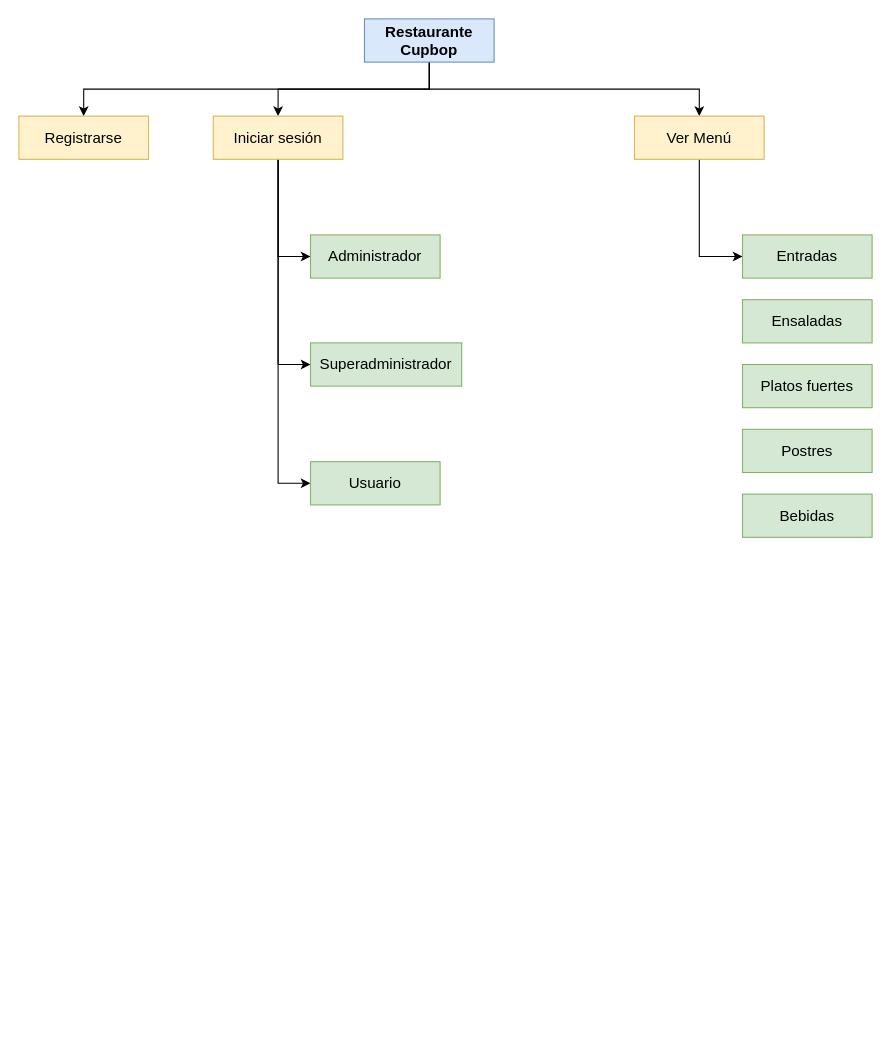
Earlier version of the draw.io diagram Mapa_Navegabilidad.drawio (jasandovalb/Restaurante_Cupbop). Source tidied: cells renumbered, new cells numbered last; positions are measured from the earlier drawing's top-left corner, leaving out a move shared by most shapes. Both pictures are drawn from the tidied source at 108%, with x=0, y=0 at pixel (18, 18).
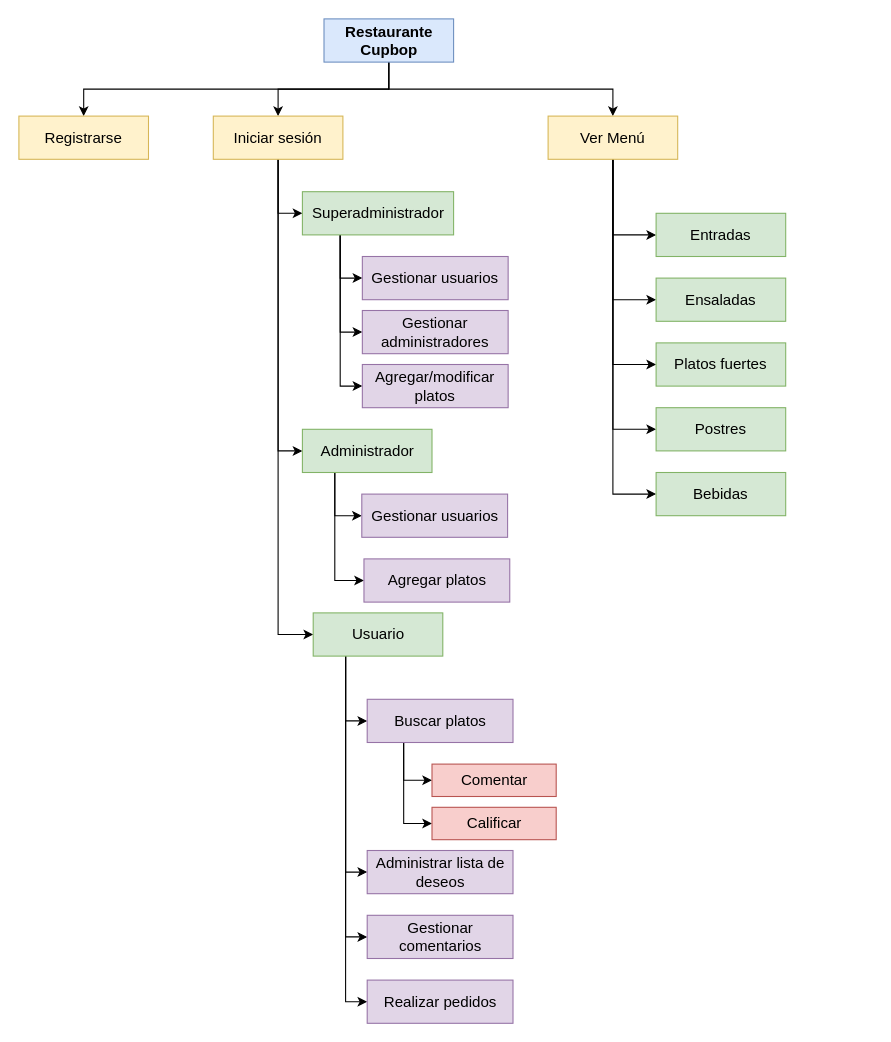
After the change.

Commit message (it also covers changes not shown here):
Actualización mapa navegabilidad

Diff of the diagram source:
```diff
@@
     <mxCell id="5" value="Restaurante Cupbop" style="rounded=0;whiteSpace=wrap;html=1;fontStyle=1;fontSize=14;fillColor=#dae8fc;strokeColor=#6c8ebf;" parent="1" vertex="1">
-      <mxGeometry x="320" width="120" height="40" as="geometry" />
+      <mxGeometry x="282.5" width="120" height="40" as="geometry" />
     </mxCell>
@@
+    <mxCell id="21" style="edgeStyle=orthogonalEdgeStyle;rounded=0;jettySize=auto;html=1;exitX=0.5;exitY=1;exitDx=0;exitDy=0;entryX=0;entryY=0.5;entryDx=0;entryDy=0;fontSize=14;" parent="1" edge="1" source="12" target="17">
+      <mxGeometry relative="1" as="geometry" />
+    </mxCell>
+    <mxCell id="22" style="edgeStyle=orthogonalEdgeStyle;rounded=0;jettySize=auto;html=1;exitX=0.5;exitY=1;exitDx=0;exitDy=0;entryX=0;entryY=0.5;entryDx=0;entryDy=0;fontSize=14;" parent="1" edge="1" source="12" target="18">
+      <mxGeometry relative="1" as="geometry" />
+    </mxCell>
+    <mxCell id="23" style="edgeStyle=orthogonalEdgeStyle;rounded=0;jettySize=auto;html=1;exitX=0.5;exitY=1;exitDx=0;exitDy=0;entryX=0;entryY=0.5;entryDx=0;entryDy=0;fontSize=14;" parent="1" edge="1" source="12" target="19">
+      <mxGeometry relative="1" as="geometry" />
+    </mxCell>
+    <mxCell id="24" style="edgeStyle=orthogonalEdgeStyle;rounded=0;jettySize=auto;html=1;exitX=0.5;exitY=1;exitDx=0;exitDy=0;entryX=0;entryY=0.5;entryDx=0;entryDy=0;fontSize=14;" parent="1" edge="1" source="12" target="20">
+      <mxGeometry relative="1" as="geometry" />
+    </mxCell>
     <mxCell id="12" value="Ver Menú" style="rounded=0;whiteSpace=wrap;html=1;fontStyle=0;fontSize=14;fillColor=#fff2cc;strokeColor=#d6b656;" parent="1" vertex="1">
-      <mxGeometry x="570" y="90" width="120" height="40" as="geometry" />
+      <mxGeometry x="490" y="90" width="120" height="40" as="geometry" />
     </mxCell>
+    <mxCell id="25" style="edgeStyle=orthogonalEdgeStyle;rounded=0;jettySize=auto;html=1;exitX=0.25;exitY=1;exitDx=0;exitDy=0;entryX=0;entryY=0.5;entryDx=0;entryDy=0;fontSize=14;" parent="1" edge="1" source="13" target="42">
+      <mxGeometry relative="1" as="geometry" />
+    </mxCell>
+    <mxCell id="26" style="edgeStyle=orthogonalEdgeStyle;rounded=0;jettySize=auto;html=1;exitX=0.25;exitY=1;exitDx=0;exitDy=0;entryX=0;entryY=0.5;entryDx=0;entryDy=0;fontSize=14;" parent="1" edge="1" source="13" target="43">
+      <mxGeometry relative="1" as="geometry" />
+    </mxCell>
     <mxCell id="13" value="Administrador" style="rounded=0;whiteSpace=wrap;html=1;fontStyle=0;fontSize=14;fillColor=#d5e8d4;strokeColor=#82b366;" parent="1" vertex="1">
-      <mxGeometry x="270" y="200" width="120" height="40" as="geometry" />
+      <mxGeometry x="262.5" y="380" width="120" height="40" as="geometry" />
     </mxCell>
+    <mxCell id="27" style="edgeStyle=orthogonalEdgeStyle;rounded=0;jettySize=auto;html=1;exitX=0.25;exitY=1;exitDx=0;exitDy=0;entryX=0;entryY=0.5;entryDx=0;entryDy=0;fontSize=14;" parent="1" edge="1" source="14" target="34">
+      <mxGeometry relative="1" as="geometry" />
+    </mxCell>
+    <mxCell id="28" style="edgeStyle=orthogonalEdgeStyle;rounded=0;jettySize=auto;html=1;exitX=0.25;exitY=1;exitDx=0;exitDy=0;entryX=0;entryY=0.5;entryDx=0;entryDy=0;fontSize=14;" parent="1" edge="1" source="14" target="35">
+      <mxGeometry relative="1" as="geometry" />
+    </mxCell>
+    <mxCell id="29" style="edgeStyle=orthogonalEdgeStyle;rounded=0;jettySize=auto;html=1;exitX=0.25;exitY=1;exitDx=0;exitDy=0;entryX=0;entryY=0.5;entryDx=0;entryDy=0;fontSize=14;" parent="1" edge="1" source="14" target="36">
+      <mxGeometry relative="1" as="geometry" />
+    </mxCell>
+    <mxCell id="30" style="edgeStyle=orthogonalEdgeStyle;rounded=0;jettySize=auto;html=1;exitX=0.25;exitY=1;exitDx=0;exitDy=0;entryX=0;entryY=0.5;entryDx=0;entryDy=0;fontSize=14;" parent="1" edge="1" source="14" target="39">
+      <mxGeometry relative="1" as="geometry" />
+    </mxCell>
     <mxCell id="14" value="Usuario" style="rounded=0;whiteSpace=wrap;html=1;fontStyle=0;fontSize=14;fillColor=#d5e8d4;strokeColor=#82b366;" parent="1" vertex="1">
-      <mxGeometry x="270" y="410" width="120" height="40" as="geometry" />
+      <mxGeometry x="272.5" y="550" width="120" height="40" as="geometry" />
     </mxCell>
+    <mxCell id="31" style="edgeStyle=orthogonalEdgeStyle;rounded=0;jettySize=auto;html=1;exitX=0.25;exitY=1;exitDx=0;exitDy=0;entryX=0;entryY=0.5;entryDx=0;entryDy=0;fontSize=14;" parent="1" edge="1" source="15" target="44">
+      <mxGeometry relative="1" as="geometry" />
+    </mxCell>
+    <mxCell id="32" style="edgeStyle=orthogonalEdgeStyle;rounded=0;jettySize=auto;html=1;exitX=0.25;exitY=1;exitDx=0;exitDy=0;entryX=0;entryY=0.5;entryDx=0;entryDy=0;fontSize=14;" parent="1" edge="1" source="15" target="46">
+      <mxGeometry relative="1" as="geometry" />
+    </mxCell>
+    <mxCell id="33" style="edgeStyle=orthogonalEdgeStyle;rounded=0;jettySize=auto;html=1;exitX=0.25;exitY=1;exitDx=0;exitDy=0;entryX=0;entryY=0.5;entryDx=0;entryDy=0;fontSize=14;" parent="1" edge="1" source="15" target="45">
+      <mxGeometry relative="1" as="geometry" />
+    </mxCell>
     <mxCell id="15" value="Superadministrador" style="rounded=0;whiteSpace=wrap;html=1;fontStyle=0;fontSize=14;fillColor=#d5e8d4;strokeColor=#82b366;" parent="1" vertex="1">
-      <mxGeometry x="270" y="300" width="140" height="40" as="geometry" />
+      <mxGeometry x="262.5" y="160" width="140" height="40" as="geometry" />
     </mxCell>
     <mxCell id="16" value="Entradas" style="rounded=0;whiteSpace=wrap;html=1;fontStyle=0;fontSize=14;fillColor=#d5e8d4;strokeColor=#82b366;" parent="1" vertex="1">
-      <mxGeometry x="670" y="200" width="120" height="40" as="geometry" />
+      <mxGeometry x="590" y="180" width="120" height="40" as="geometry" />
     </mxCell>
     <mxCell id="17" value="Ensaladas" style="rounded=0;whiteSpace=wrap;html=1;fontStyle=0;fontSize=14;fillColor=#d5e8d4;strokeColor=#82b366;" parent="1" vertex="1">
-      <mxGeometry x="670" y="260" width="120" height="40" as="geometry" />
+      <mxGeometry x="590" y="240" width="120" height="40" as="geometry" />
     </mxCell>
     <mxCell id="18" value="Platos fuertes" style="rounded=0;whiteSpace=wrap;html=1;fontStyle=0;fontSize=14;fillColor=#d5e8d4;strokeColor=#82b366;" parent="1" vertex="1">
-      <mxGeometry x="670" y="320" width="120" height="40" as="geometry" />
+      <mxGeometry x="590" y="300" width="120" height="40" as="geometry" />
     </mxCell>
     <mxCell id="19" value="Postres" style="rounded=0;whiteSpace=wrap;html=1;fontStyle=0;fontSize=14;fillColor=#d5e8d4;strokeColor=#82b366;" parent="1" vertex="1">
-      <mxGeometry x="670" y="380" width="120" height="40" as="geometry" />
+      <mxGeometry x="590" y="360" width="120" height="40" as="geometry" />
     </mxCell>
     <mxCell id="20" value="Bebidas" style="rounded=0;whiteSpace=wrap;html=1;fontStyle=0;fontSize=14;fillColor=#d5e8d4;strokeColor=#82b366;" parent="1" vertex="1">
-      <mxGeometry x="670" y="440" width="120" height="40" as="geometry" />
+      <mxGeometry x="590" y="420" width="120" height="40" as="geometry" />
     </mxCell>
+    <mxCell id="34" value="Administrar lista de deseos" style="rounded=0;whiteSpace=wrap;html=1;fontStyle=0;fontSize=14;fillColor=#e1d5e7;strokeColor=#9673a6;" parent="1" vertex="1">
+      <mxGeometry x="322.5" y="770" width="135" height="40" as="geometry" />
+    </mxCell>
+    <mxCell id="35" value="Gestionar comentarios" style="rounded=0;whiteSpace=wrap;html=1;fontStyle=0;fontSize=14;fillColor=#e1d5e7;strokeColor=#9673a6;" parent="1" vertex="1">
+      <mxGeometry x="322.5" y="830" width="135" height="40" as="geometry" />
+    </mxCell>
+    <mxCell id="36" value="Realizar pedidos" style="rounded=0;whiteSpace=wrap;html=1;fontStyle=0;fontSize=14;fillColor=#e1d5e7;strokeColor=#9673a6;" parent="1" vertex="1">
+      <mxGeometry x="322.5" y="890" width="135" height="40" as="geometry" />
+    </mxCell>
+    <mxCell id="37" style="edgeStyle=orthogonalEdgeStyle;rounded=0;jettySize=auto;html=1;exitX=0.25;exitY=1;exitDx=0;exitDy=0;entryX=0;entryY=0.5;entryDx=0;entryDy=0;fontSize=14;" parent="1" edge="1" source="39" target="41">
+      <mxGeometry relative="1" as="geometry" />
+    </mxCell>
+    <mxCell id="38" style="edgeStyle=orthogonalEdgeStyle;rounded=0;jettySize=auto;html=1;exitX=0.25;exitY=1;exitDx=0;exitDy=0;entryX=0;entryY=0.5;entryDx=0;entryDy=0;fontSize=14;" parent="1" edge="1" source="39" target="40">
+      <mxGeometry relative="1" as="geometry" />
+    </mxCell>
+    <mxCell id="39" value="Buscar platos" style="rounded=0;whiteSpace=wrap;html=1;fontStyle=0;fontSize=14;fillColor=#e1d5e7;strokeColor=#9673a6;" parent="1" vertex="1">
+      <mxGeometry x="322.5" y="630" width="135" height="40" as="geometry" />
+    </mxCell>
+    <mxCell id="40" value="Comentar" style="rounded=0;whiteSpace=wrap;html=1;fontStyle=0;fontSize=14;fillColor=#f8cecc;strokeColor=#b85450;" parent="1" vertex="1">
+      <mxGeometry x="382.5" y="690" width="115" height="30" as="geometry" />
+    </mxCell>
+    <mxCell id="41" value="Calificar" style="rounded=0;whiteSpace=wrap;html=1;fontStyle=0;fontSize=14;fillColor=#f8cecc;strokeColor=#b85450;" parent="1" vertex="1">
+      <mxGeometry x="382.5" y="730" width="115" height="30" as="geometry" />
+    </mxCell>
+    <mxCell id="42" value="Gestionar usuarios" style="rounded=0;whiteSpace=wrap;html=1;fontStyle=0;fontSize=14;fillColor=#e1d5e7;strokeColor=#9673a6;" parent="1" vertex="1">
+      <mxGeometry x="317.5" y="440" width="135" height="40" as="geometry" />
+    </mxCell>
+    <mxCell id="43" value="Agregar platos" style="rounded=0;whiteSpace=wrap;html=1;fontStyle=0;fontSize=14;fillColor=#e1d5e7;strokeColor=#9673a6;" parent="1" vertex="1">
+      <mxGeometry x="319.5" y="500" width="135" height="40" as="geometry" />
+    </mxCell>
+    <mxCell id="44" value="Gestionar usuarios" style="rounded=0;whiteSpace=wrap;html=1;fontStyle=0;fontSize=14;fillColor=#e1d5e7;strokeColor=#9673a6;" parent="1" vertex="1">
+      <mxGeometry x="318" y="220" width="135" height="40" as="geometry" />
+    </mxCell>
+    <mxCell id="45" value="Agregar/modificar platos" style="rounded=0;whiteSpace=wrap;html=1;fontStyle=0;fontSize=14;fillColor=#e1d5e7;strokeColor=#9673a6;" parent="1" vertex="1">
+      <mxGeometry x="318" y="320" width="135" height="40" as="geometry" />
+    </mxCell>
+    <mxCell id="46" value="Gestionar administradores" style="rounded=0;whiteSpace=wrap;html=1;fontStyle=0;fontSize=14;fillColor=#e1d5e7;strokeColor=#9673a6;" parent="1" vertex="1">
+      <mxGeometry x="318" y="270" width="135" height="40" as="geometry" />
+    </mxCell>
```
